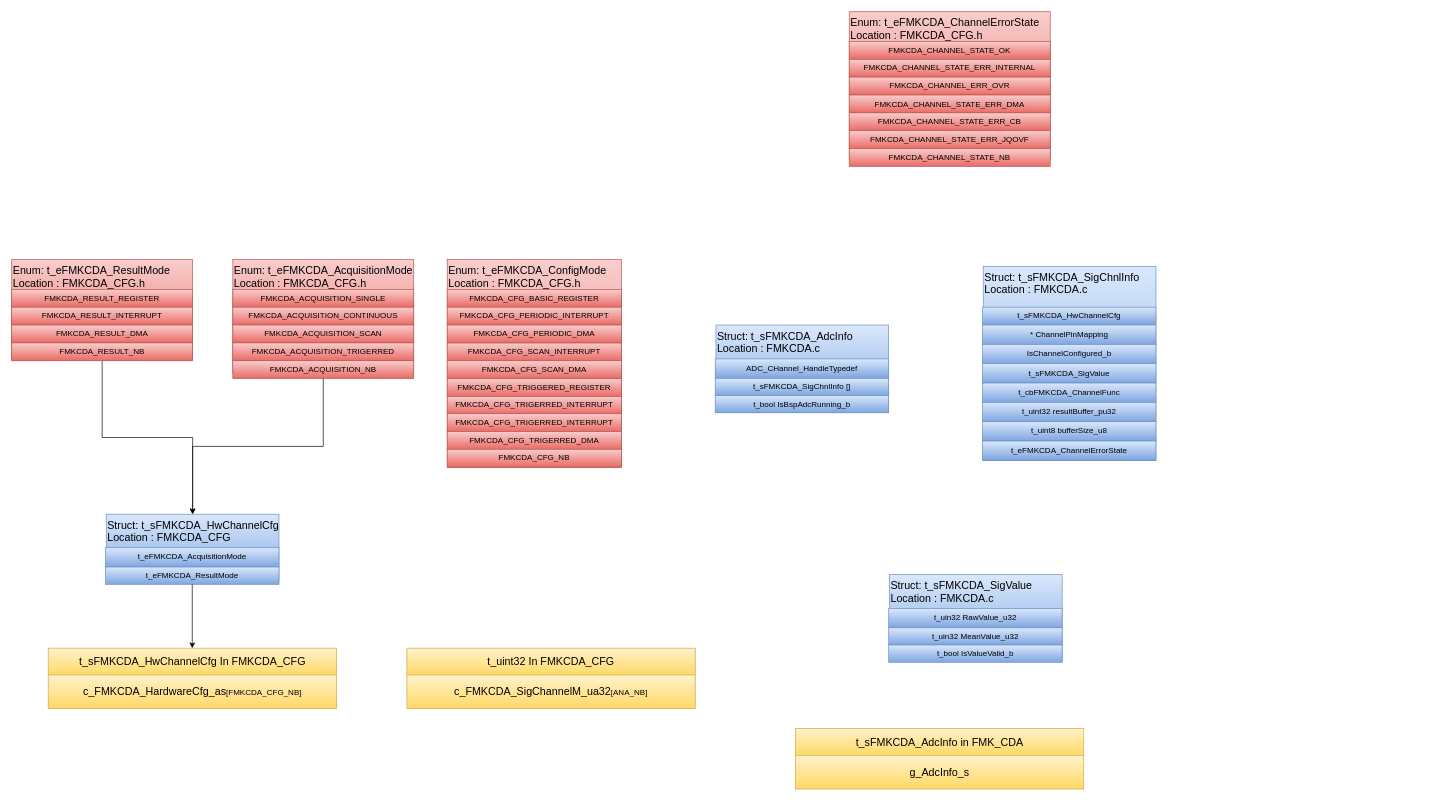
mbarbeau0545/Stm32PrjTpl keeps this draw.io diagram as page "Types" (1 of 9) of src/1_FMK/FMK_HAL/FMK_CDA/Doc/FMK_CDA.drawio. Above is the earlier version. Source tidied: cells renumbered, new cells numbered last; positions are measured from the earlier drawing's top-left corner, leaving out a move shared by most shapes. Both pictures are drawn from the tidied source at 67%, with x=0, y=0 at pixel (11, 11).
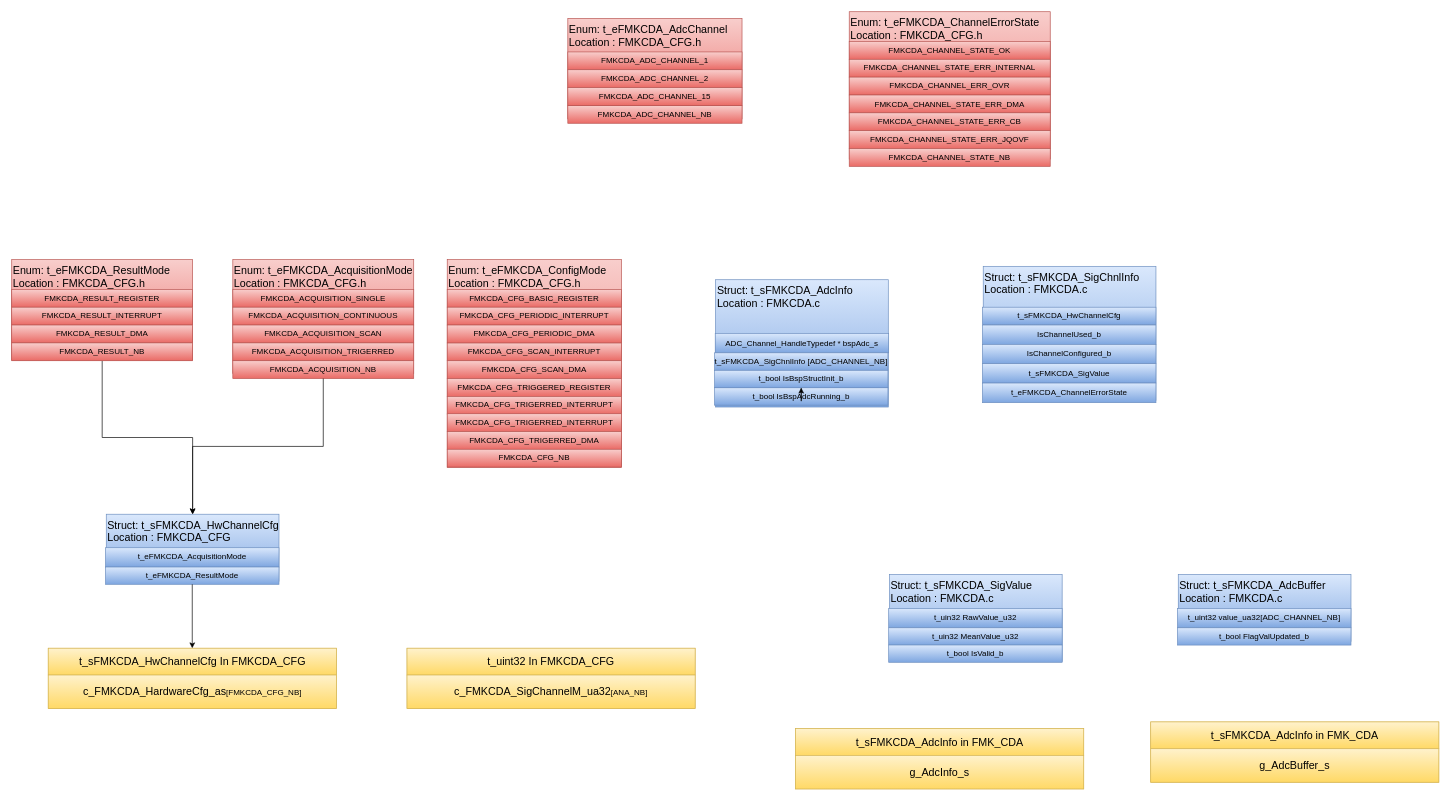
The same page after the edit.

Unchanged cells that the change refers to:
```xml
<mxCell id="55" style="group;" parent="1" vertex="1">
  <mxGeometry x="1308.9" y="840" width="258.9" height="131" as="geometry" />
</mxCell>
```

Diff of the diagram source:
```diff
@@
-    <mxCell id="50" style="group;" parent="1" vertex="1">
-      <mxGeometry x="1050" y="467.6" width="258.9" height="131" as="geometry" />
-    </mxCell>
-    <mxCell id="51" value="&lt;span style=&quot;color: rgb(0, 0, 0); text-wrap: nowrap;&quot;&gt;Struct: t_sFMKCDA_AdcInfo&lt;/span&gt;&lt;div&gt;&lt;span style=&quot;color: rgb(0, 0, 0); text-wrap: nowrap;&quot;&gt;Location : FMKCDA.c&lt;/span&gt;&lt;/div&gt;" style="rounded=0;whiteSpace=wrap;html=1;verticalAlign=top;fillColor=#dae8fc;gradientColor=#7ea6e0;strokeColor=#6c8ebf;fontSize=16;align=left;fontStyle=0;" parent="50" vertex="1">
-      <mxGeometry x="1.1" width="257.8" height="130" as="geometry" />
-    </mxCell>
-    <mxCell id="52" value="&lt;span style=&quot;color: rgb(0, 0, 0); text-align: left; text-wrap: nowrap;&quot;&gt;ADC_CHannel_HandleTypedef&lt;/span&gt;" style="rounded=0;whiteSpace=wrap;html=1;fillColor=#dae8fc;gradientColor=#7ea6e0;strokeColor=#6c8ebf;fontStyle=0;" parent="50" vertex="1">
-      <mxGeometry y="50.6" width="258.9" height="28.8" as="geometry" />
-    </mxCell>
-    <mxCell id="53" value="&lt;span style=&quot;color: rgb(0, 0, 0); text-align: left; text-wrap: nowrap;&quot;&gt;t_sFMKCDA_SigChnlInfo []&lt;/span&gt;" style="rounded=0;whiteSpace=wrap;html=1;fillColor=#dae8fc;gradientColor=#7ea6e0;strokeColor=#6c8ebf;fontStyle=0;" parent="50" vertex="1">
-      <mxGeometry y="79.5" width="258.9" height="25.8" as="geometry" />
-    </mxCell>
-    <mxCell id="54" value="&lt;span style=&quot;color: rgb(0, 0, 0); text-align: left; text-wrap: nowrap;&quot;&gt;t_bool IsBspAdcRunning_b&lt;/span&gt;" style="rounded=0;whiteSpace=wrap;html=1;fillColor=#dae8fc;gradientColor=#7ea6e0;strokeColor=#6c8ebf;fontStyle=0;" parent="50" vertex="1">
-      <mxGeometry y="105.2" width="258.9" height="25.8" as="geometry" />
-    </mxCell>
@@
-    <mxCell id="59" value="&lt;span style=&quot;color: rgb(0, 0, 0); text-align: left; text-wrap: nowrap;&quot;&gt;t_bool IsValueValid_b&lt;/span&gt;" style="rounded=0;whiteSpace=wrap;html=1;fillColor=#dae8fc;gradientColor=#7ea6e0;strokeColor=#6c8ebf;fontStyle=0;" parent="55" vertex="1">
+    <mxCell id="59" value="&lt;span style=&quot;color: rgb(0, 0, 0); text-align: left; text-wrap: nowrap;&quot;&gt;t_bool IsValid_b&lt;/span&gt;" style="rounded=0;whiteSpace=wrap;html=1;fillColor=#dae8fc;gradientColor=#7ea6e0;strokeColor=#6c8ebf;fontStyle=0;" parent="55" vertex="1">
       <mxGeometry y="105.2" width="258.9" height="25.8" as="geometry" />
     </mxCell>
-    <mxCell id="60" style="group;" parent="1" vertex="1">
-      <mxGeometry x="1448.9" y="380" width="258.9" height="290" as="geometry" />
-    </mxCell>
+    <mxCell id="70" style="group;" parent="1" vertex="1">
+      <mxGeometry x="1170" y="1070" width="430" height="90" as="geometry" />
+    </mxCell>
+    <mxCell id="71" style="rounded=0;whiteSpace=wrap;html=1;fillColor=#fff2cc;gradientColor=#ffd966;strokeColor=#d6b656;fontColor=#000000;" parent="70" vertex="1">
+      <mxGeometry width="430" height="90" as="geometry" />
+    </mxCell>
+    <mxCell id="72" value="&lt;span style=&quot;font-size: 16px; text-align: left; text-wrap: nowrap;&quot;&gt;t_sFMKCDA_AdcInfo in FMK_CDA&lt;/span&gt;" style="rounded=0;whiteSpace=wrap;html=1;fillColor=#fff2cc;gradientColor=#ffd966;strokeColor=#d6b656;fontColor=#000000;" parent="70" vertex="1">
+      <mxGeometry width="430" height="40" as="geometry" />
+    </mxCell>
+    <mxCell id="73" value="&lt;div style=&quot;text-align: left;&quot;&gt;&lt;span style=&quot;background-color: initial; font-size: 16px; text-wrap: nowrap;&quot;&gt;g_AdcInfo_s&lt;/span&gt;&lt;/div&gt;" style="rounded=0;whiteSpace=wrap;html=1;fillColor=#fff2cc;gradientColor=#ffd966;strokeColor=#d6b656;fontColor=#000000;" parent="70" vertex="1">
+      <mxGeometry y="40" width="430" height="50" as="geometry" />
+    </mxCell>
+    <mxCell id="74" style="group;" parent="1" vertex="1">
+      <mxGeometry x="830" y="10" width="260" height="156.5" as="geometry" />
+    </mxCell>
+    <mxCell id="75" value="&lt;span style=&quot;color: rgb(0, 0, 0); text-wrap: nowrap;&quot;&gt;Enum: t_eFMKCDA_AdcChannel&lt;/span&gt;&lt;div&gt;&lt;span style=&quot;color: rgb(0, 0, 0); text-wrap: nowrap;&quot;&gt;Location : FMKCDA_CFG.h&lt;/span&gt;&lt;/div&gt;" style="rounded=0;whiteSpace=wrap;html=1;verticalAlign=top;fillColor=#f8cecc;gradientColor=#ea6b66;strokeColor=#b85450;fontSize=16;align=left;" parent="74" vertex="1">
+      <mxGeometry width="260" height="150" as="geometry" />
+    </mxCell>
+    <mxCell id="76" value="FMKCDA_ADC_CHANNEL_1" style="rounded=0;whiteSpace=wrap;html=1;fillColor=#f8cecc;gradientColor=#ea6b66;strokeColor=#b85450;fontColor=#000000;" parent="74" vertex="1">
+      <mxGeometry y="50" width="260" height="26.6" as="geometry" />
+    </mxCell>
+    <mxCell id="77" value="FMKCDA_ADC_CHANNEL_2" style="rounded=0;whiteSpace=wrap;html=1;fillColor=#f8cecc;gradientColor=#ea6b66;strokeColor=#b85450;fontColor=#000000;" parent="74" vertex="1">
+      <mxGeometry y="76.6" width="260" height="26.6" as="geometry" />
+    </mxCell>
+    <mxCell id="78" value="FMKCDA_ADC_CHANNEL_NB" style="rounded=0;whiteSpace=wrap;html=1;fillColor=#f8cecc;gradientColor=#ea6b66;strokeColor=#b85450;fontColor=#000000;" parent="74" vertex="1">
+      <mxGeometry y="129.9" width="260" height="26.6" as="geometry" />
+    </mxCell>
+    <mxCell id="79" value="FMKCDA_ADC_CHANNEL_15" style="rounded=0;whiteSpace=wrap;html=1;fillColor=#f8cecc;gradientColor=#ea6b66;strokeColor=#b85450;fontColor=#000000;" parent="74" vertex="1">
+      <mxGeometry y="103.3" width="260" height="26.6" as="geometry" />
+    </mxCell>
+    <mxCell id="51" value="&lt;span style=&quot;color: rgb(0, 0, 0); text-wrap: nowrap;&quot;&gt;Struct: t_sFMKCDA_AdcInfo&lt;/span&gt;&lt;div&gt;&lt;span style=&quot;color: rgb(0, 0, 0); text-wrap: nowrap;&quot;&gt;Location : FMKCDA.c&lt;/span&gt;&lt;/div&gt;" style="rounded=0;whiteSpace=wrap;html=1;verticalAlign=top;fillColor=#dae8fc;gradientColor=#7ea6e0;strokeColor=#6c8ebf;fontSize=16;align=left;fontStyle=0;" parent="1" vertex="1">
+      <mxGeometry x="1050.5" y="400" width="257.8" height="190" as="geometry" />
+    </mxCell>
+    <mxCell id="52" value="&lt;span style=&quot;color: rgb(0, 0, 0); text-align: left; text-wrap: nowrap;&quot;&gt;ADC_Channel_HandleTypedef * bspAdc_s&lt;/span&gt;" style="rounded=0;whiteSpace=wrap;html=1;fillColor=#dae8fc;gradientColor=#7ea6e0;strokeColor=#6c8ebf;fontStyle=0;" parent="1" vertex="1">
+      <mxGeometry x="1050" y="480" width="258.9" height="29.1" as="geometry" />
+    </mxCell>
+    <mxCell id="53" value="&lt;span style=&quot;color: rgb(0, 0, 0); text-align: left; text-wrap: nowrap;&quot;&gt;t_sFMKCDA_SigChnlInfo [ADC_CHANNEL_NB]&lt;/span&gt;" style="rounded=0;whiteSpace=wrap;html=1;fillColor=#dae8fc;gradientColor=#7ea6e0;strokeColor=#6c8ebf;fontStyle=0;" parent="1" vertex="1">
+      <mxGeometry x="1048.9" y="509.1" width="258.9" height="26" as="geometry" />
+    </mxCell>
+    <mxCell id="54" value="&lt;span style=&quot;color: rgb(0, 0, 0); text-align: left; text-wrap: nowrap;&quot;&gt;t_bool IsBspAdcRunning_b&lt;/span&gt;" style="rounded=0;whiteSpace=wrap;html=1;fillColor=#dae8fc;gradientColor=#7ea6e0;strokeColor=#6c8ebf;fontStyle=0;" parent="1" vertex="1">
+      <mxGeometry x="1048.9" y="561.2" width="258.9" height="26" as="geometry" />
+    </mxCell>
+    <mxCell id="80" style="edgeStyle=orthogonalEdgeStyle;rounded=0;jettySize=auto;html=1;" parent="1" edge="1" source="81">
+      <mxGeometry relative="1" as="geometry">
+        <mxPoint x="1178.3" y="561.2" as="targetPoint" />
+      </mxGeometry>
+    </mxCell>
+    <mxCell id="81" value="&lt;span style=&quot;color: rgb(0, 0, 0); text-align: left; text-wrap: nowrap;&quot;&gt;t_bool IsBspStructInit_b&lt;/span&gt;" style="rounded=0;whiteSpace=wrap;html=1;fillColor=#dae8fc;gradientColor=#7ea6e0;strokeColor=#6c8ebf;fontStyle=0;" parent="1" vertex="1">
+      <mxGeometry x="1048.9" y="535.2" width="258.9" height="26" as="geometry" />
+    </mxCell>
-    <mxCell id="61" value="&lt;span style=&quot;color: rgb(0, 0, 0); text-wrap: nowrap;&quot;&gt;Struct: t_sFMKCDA_SigChnlInfo&lt;/span&gt;&lt;div&gt;&lt;span style=&quot;color: rgb(0, 0, 0); text-wrap: nowrap;&quot;&gt;Location : FMKCDA.c&lt;/span&gt;&lt;/div&gt;" style="rounded=0;whiteSpace=wrap;html=1;verticalAlign=top;fillColor=#dae8fc;gradientColor=#7ea6e0;strokeColor=#6c8ebf;fontSize=16;align=left;fontStyle=0;" parent="60" vertex="1">
-      <mxGeometry x="1.1" width="257.8" height="290" as="geometry" />
+    <mxCell id="61" value="&lt;span style=&quot;color: rgb(0, 0, 0); text-wrap: nowrap;&quot;&gt;Struct: t_sFMKCDA_SigChnlInfo&lt;/span&gt;&lt;div&gt;&lt;span style=&quot;color: rgb(0, 0, 0); text-wrap: nowrap;&quot;&gt;Location : FMKCDA.c&lt;/span&gt;&lt;/div&gt;" style="rounded=0;whiteSpace=wrap;html=1;verticalAlign=top;fillColor=#dae8fc;gradientColor=#7ea6e0;strokeColor=#6c8ebf;fontSize=16;align=left;fontStyle=0;" parent="1" vertex="1">
+      <mxGeometry x="1450" y="380" width="257.8" height="200" as="geometry" />
     </mxCell>
-    <mxCell id="62" value="&lt;div style=&quot;text-align: left;&quot;&gt;&lt;span style=&quot;background-color: initial; text-wrap: nowrap;&quot;&gt;&lt;font color=&quot;#000000&quot;&gt;* ChannelPinMapping&lt;/font&gt;&lt;/span&gt;&lt;/div&gt;" style="rounded=0;whiteSpace=wrap;html=1;fillColor=#dae8fc;gradientColor=#7ea6e0;strokeColor=#6c8ebf;fontStyle=0;" parent="60" vertex="1">
-      <mxGeometry y="87.6" width="258.9" height="28.8" as="geometry" />
+    <mxCell id="62" value="&lt;div style=&quot;text-align: left;&quot;&gt;&lt;font color=&quot;#000000&quot;&gt;IsChannelUsed_b&lt;/font&gt;&lt;/div&gt;" style="rounded=0;whiteSpace=wrap;html=1;fillColor=#dae8fc;gradientColor=#7ea6e0;strokeColor=#6c8ebf;fontStyle=0;" parent="1" vertex="1">
+      <mxGeometry x="1448.9" y="467.6" width="258.9" height="28.8" as="geometry" />
     </mxCell>
-    <mxCell id="63" value="&lt;span style=&quot;color: rgb(0, 0, 0); text-align: left; text-wrap: nowrap;&quot;&gt;t_sFMKCDA_HwChannelCfg&lt;/span&gt;" style="rounded=0;whiteSpace=wrap;html=1;fillColor=#dae8fc;gradientColor=#7ea6e0;strokeColor=#6c8ebf;fontStyle=0;" parent="60" vertex="1">
-      <mxGeometry y="61" width="258.9" height="25.8" as="geometry" />
+    <mxCell id="63" value="&lt;span style=&quot;color: rgb(0, 0, 0); text-align: left; text-wrap: nowrap;&quot;&gt;t_sFMKCDA_HwChannelCfg&lt;/span&gt;" style="rounded=0;whiteSpace=wrap;html=1;fillColor=#dae8fc;gradientColor=#7ea6e0;strokeColor=#6c8ebf;fontStyle=0;" parent="1" vertex="1">
+      <mxGeometry x="1448.9" y="441" width="258.9" height="25.8" as="geometry" />
     </mxCell>
-    <mxCell id="64" value="&lt;div style=&quot;text-align: left;&quot;&gt;&lt;font color=&quot;#000000&quot;&gt;&lt;span style=&quot;text-wrap: nowrap;&quot;&gt;IsChannelConfigured_b&lt;/span&gt;&lt;/font&gt;&lt;/div&gt;" style="rounded=0;whiteSpace=wrap;html=1;fillColor=#dae8fc;gradientColor=#7ea6e0;strokeColor=#6c8ebf;fontStyle=0;" parent="60" vertex="1">
-      <mxGeometry y="116.5" width="258.9" height="28.8" as="geometry" />
+    <mxCell id="64" value="&lt;div style=&quot;text-align: left;&quot;&gt;&lt;font color=&quot;#000000&quot;&gt;&lt;span style=&quot;text-wrap: nowrap;&quot;&gt;IsChannelConfigured_b&lt;/span&gt;&lt;/font&gt;&lt;/div&gt;" style="rounded=0;whiteSpace=wrap;html=1;fillColor=#dae8fc;gradientColor=#7ea6e0;strokeColor=#6c8ebf;fontStyle=0;" parent="1" vertex="1">
+      <mxGeometry x="1448.9" y="496.5" width="258.9" height="28.8" as="geometry" />
     </mxCell>
-    <mxCell id="65" value="&lt;div style=&quot;text-align: left;&quot;&gt;&lt;span style=&quot;color: rgb(0, 0, 0); text-wrap: nowrap;&quot;&gt;t_sFMKCDA_SigValue&lt;/span&gt;&lt;br&gt;&lt;/div&gt;" style="rounded=0;whiteSpace=wrap;html=1;fillColor=#dae8fc;gradientColor=#7ea6e0;strokeColor=#6c8ebf;fontStyle=0;" parent="60" vertex="1">
-      <mxGeometry y="145.3" width="258.9" height="28.8" as="geometry" />
+    <mxCell id="65" value="&lt;div style=&quot;text-align: left;&quot;&gt;&lt;span style=&quot;color: rgb(0, 0, 0); text-wrap: nowrap;&quot;&gt;t_sFMKCDA_SigValue&lt;/span&gt;&lt;br&gt;&lt;/div&gt;" style="rounded=0;whiteSpace=wrap;html=1;fillColor=#dae8fc;gradientColor=#7ea6e0;strokeColor=#6c8ebf;fontStyle=0;" parent="1" vertex="1">
+      <mxGeometry x="1448.9" y="525.3" width="258.9" height="28.8" as="geometry" />
     </mxCell>
-    <mxCell id="66" value="&lt;div style=&quot;text-align: left;&quot;&gt;&lt;font color=&quot;#000000&quot;&gt;&lt;span style=&quot;text-wrap: nowrap;&quot;&gt;t_cbFMKCDA_ChannelFunc&lt;/span&gt;&lt;/font&gt;&lt;/div&gt;" style="rounded=0;whiteSpace=wrap;html=1;fillColor=#dae8fc;gradientColor=#7ea6e0;strokeColor=#6c8ebf;fontStyle=0;" parent="60" vertex="1">
-      <mxGeometry y="174.2" width="258.9" height="28.8" as="geometry" />
-    </mxCell>
-    <mxCell id="67" value="&lt;div style=&quot;text-align: left;&quot;&gt;&lt;font color=&quot;#000000&quot;&gt;&lt;span style=&quot;text-wrap: nowrap;&quot;&gt;t_uint32 resultBuffer_pu32&lt;/span&gt;&lt;/font&gt;&lt;/div&gt;" style="rounded=0;whiteSpace=wrap;html=1;fillColor=#dae8fc;gradientColor=#7ea6e0;strokeColor=#6c8ebf;fontStyle=0;" parent="60" vertex="1">
-      <mxGeometry y="203" width="258.9" height="28.8" as="geometry" />
-    </mxCell>
-    <mxCell id="68" value="&lt;div style=&quot;text-align: left;&quot;&gt;&lt;font color=&quot;#000000&quot;&gt;&lt;span style=&quot;text-wrap: nowrap;&quot;&gt;t_uint8 bufferSize_u8&lt;/span&gt;&lt;/font&gt;&lt;/div&gt;" style="rounded=0;whiteSpace=wrap;html=1;fillColor=#dae8fc;gradientColor=#7ea6e0;strokeColor=#6c8ebf;fontStyle=0;" parent="60" vertex="1">
-      <mxGeometry y="231.9" width="258.9" height="28.8" as="geometry" />
-    </mxCell>
-    <mxCell id="69" value="&lt;div style=&quot;text-align: left;&quot;&gt;&lt;span style=&quot;color: rgb(0, 0, 0); text-wrap: nowrap;&quot;&gt;t_eFMKCDA_ChannelErrorState&lt;/span&gt;&lt;br&gt;&lt;/div&gt;" style="rounded=0;whiteSpace=wrap;html=1;fillColor=#dae8fc;gradientColor=#7ea6e0;strokeColor=#6c8ebf;fontStyle=0;" parent="60" vertex="1">
-      <mxGeometry y="260.7" width="258.9" height="28.8" as="geometry" />
+    <mxCell id="69" value="&lt;div style=&quot;text-align: left;&quot;&gt;&lt;span style=&quot;color: rgb(0, 0, 0); text-wrap: nowrap;&quot;&gt;t_eFMKCDA_ChannelErrorState&lt;/span&gt;&lt;br&gt;&lt;/div&gt;" style="rounded=0;whiteSpace=wrap;html=1;fillColor=#dae8fc;gradientColor=#7ea6e0;strokeColor=#6c8ebf;fontStyle=0;" parent="1" vertex="1">
+      <mxGeometry x="1448.9" y="554.2" width="258.9" height="29.3" as="geometry" />
     </mxCell>
-    <mxCell id="70" style="group;" parent="1" vertex="1">
-      <mxGeometry x="1170" y="1070" width="430" height="90" as="geometry" />
-    </mxCell>
-    <mxCell id="71" style="rounded=0;whiteSpace=wrap;html=1;fillColor=#fff2cc;gradientColor=#ffd966;strokeColor=#d6b656;fontColor=#000000;" parent="70" vertex="1">
-      <mxGeometry width="430" height="90" as="geometry" />
-    </mxCell>
-    <mxCell id="72" value="&lt;span style=&quot;font-size: 16px; text-align: left; text-wrap: nowrap;&quot;&gt;t_sFMKCDA_AdcInfo in FMK_CDA&lt;/span&gt;" style="rounded=0;whiteSpace=wrap;html=1;fillColor=#fff2cc;gradientColor=#ffd966;strokeColor=#d6b656;fontColor=#000000;" parent="70" vertex="1">
-      <mxGeometry width="430" height="40" as="geometry" />
-    </mxCell>
-    <mxCell id="73" value="&lt;div style=&quot;text-align: left;&quot;&gt;&lt;span style=&quot;background-color: initial; font-size: 16px; text-wrap: nowrap;&quot;&gt;g_AdcInfo_s&lt;/span&gt;&lt;/div&gt;" style="rounded=0;whiteSpace=wrap;html=1;fillColor=#fff2cc;gradientColor=#ffd966;strokeColor=#d6b656;fontColor=#000000;" parent="70" vertex="1">
-      <mxGeometry y="40" width="430" height="50" as="geometry" />
-    </mxCell>
+    <mxCell id="82" style="group;" parent="1" vertex="1">
+      <mxGeometry x="1740" y="840" width="258.9" height="105.2" as="geometry" />
+    </mxCell>
+    <mxCell id="83" value="&lt;span style=&quot;color: rgb(0, 0, 0); text-wrap: nowrap;&quot;&gt;Struct: t_sFMKCDA_AdcBuffer&lt;/span&gt;&lt;div&gt;&lt;span style=&quot;color: rgb(0, 0, 0); text-wrap: nowrap;&quot;&gt;Location : FMKCDA.c&lt;/span&gt;&lt;/div&gt;" style="rounded=0;whiteSpace=wrap;html=1;verticalAlign=top;fillColor=#dae8fc;gradientColor=#7ea6e0;strokeColor=#6c8ebf;fontSize=16;align=left;fontStyle=0;" parent="82" vertex="1">
+      <mxGeometry x="1.1" width="257.8" height="100" as="geometry" />
+    </mxCell>
+    <mxCell id="84" value="&lt;span style=&quot;color: rgb(0, 0, 0); text-align: left; text-wrap: nowrap;&quot;&gt;t_uint32 value_ua32[ADC_CHANNEL_NB]&lt;/span&gt;" style="rounded=0;whiteSpace=wrap;html=1;fillColor=#dae8fc;gradientColor=#7ea6e0;strokeColor=#6c8ebf;fontStyle=0;" parent="82" vertex="1">
+      <mxGeometry y="50.6" width="258.9" height="28.8" as="geometry" />
+    </mxCell>
+    <mxCell id="85" value="&lt;span style=&quot;color: rgb(0, 0, 0); text-align: left; text-wrap: nowrap;&quot;&gt;t_bool FlagValUpdated_b&lt;/span&gt;" style="rounded=0;whiteSpace=wrap;html=1;fillColor=#dae8fc;gradientColor=#7ea6e0;strokeColor=#6c8ebf;fontStyle=0;" parent="82" vertex="1">
+      <mxGeometry y="79.5" width="258.9" height="25.8" as="geometry" />
+    </mxCell>
+    <mxCell id="86" style="group;" parent="1" vertex="1">
+      <mxGeometry x="1700" y="1060" width="430" height="90" as="geometry" />
+    </mxCell>
+    <mxCell id="87" style="rounded=0;whiteSpace=wrap;html=1;fillColor=#fff2cc;gradientColor=#ffd966;strokeColor=#d6b656;fontColor=#000000;" parent="86" vertex="1">
+      <mxGeometry width="430" height="90" as="geometry" />
+    </mxCell>
+    <mxCell id="88" value="&lt;span style=&quot;font-size: 16px; text-align: left; text-wrap: nowrap;&quot;&gt;t_sFMKCDA_AdcInfo in FMK_CDA&lt;/span&gt;" style="rounded=0;whiteSpace=wrap;html=1;fillColor=#fff2cc;gradientColor=#ffd966;strokeColor=#d6b656;fontColor=#000000;" parent="86" vertex="1">
+      <mxGeometry width="430" height="40" as="geometry" />
+    </mxCell>
+    <mxCell id="89" value="&lt;div style=&quot;text-align: left;&quot;&gt;&lt;span style=&quot;background-color: initial; font-size: 16px; text-wrap: nowrap;&quot;&gt;g_AdcBuffer_s&lt;/span&gt;&lt;/div&gt;" style="rounded=0;whiteSpace=wrap;html=1;fillColor=#fff2cc;gradientColor=#ffd966;strokeColor=#d6b656;fontColor=#000000;" parent="86" vertex="1">
+      <mxGeometry y="40" width="430" height="50" as="geometry" />
+    </mxCell>
```
